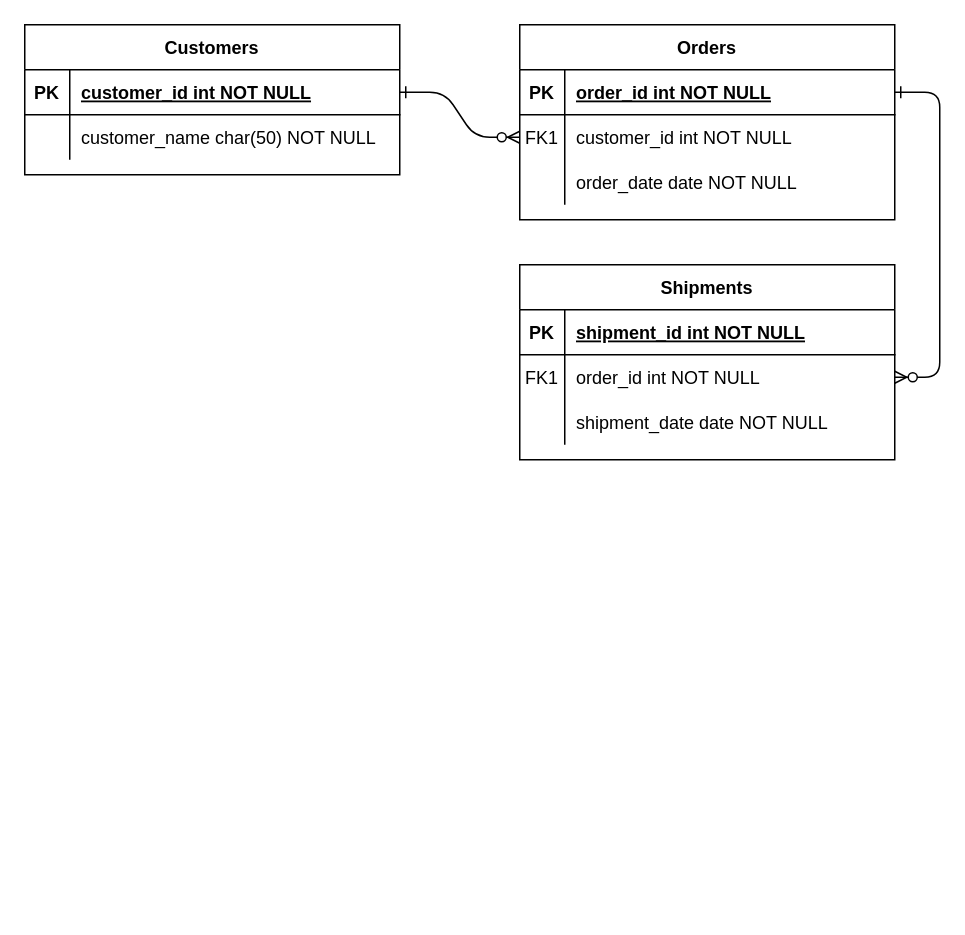
Earlier version of the draw.io diagram Untitled Diagram.drawio (JohnMohr/SoapBox). Source tidied: cells renumbered, new cells numbered last; positions are measured from the earlier drawing's top-left corner, leaving out a move shared by most shapes. Both pictures are drawn from the tidied source at 150%, with x=0, y=0 at pixel (24, 24).
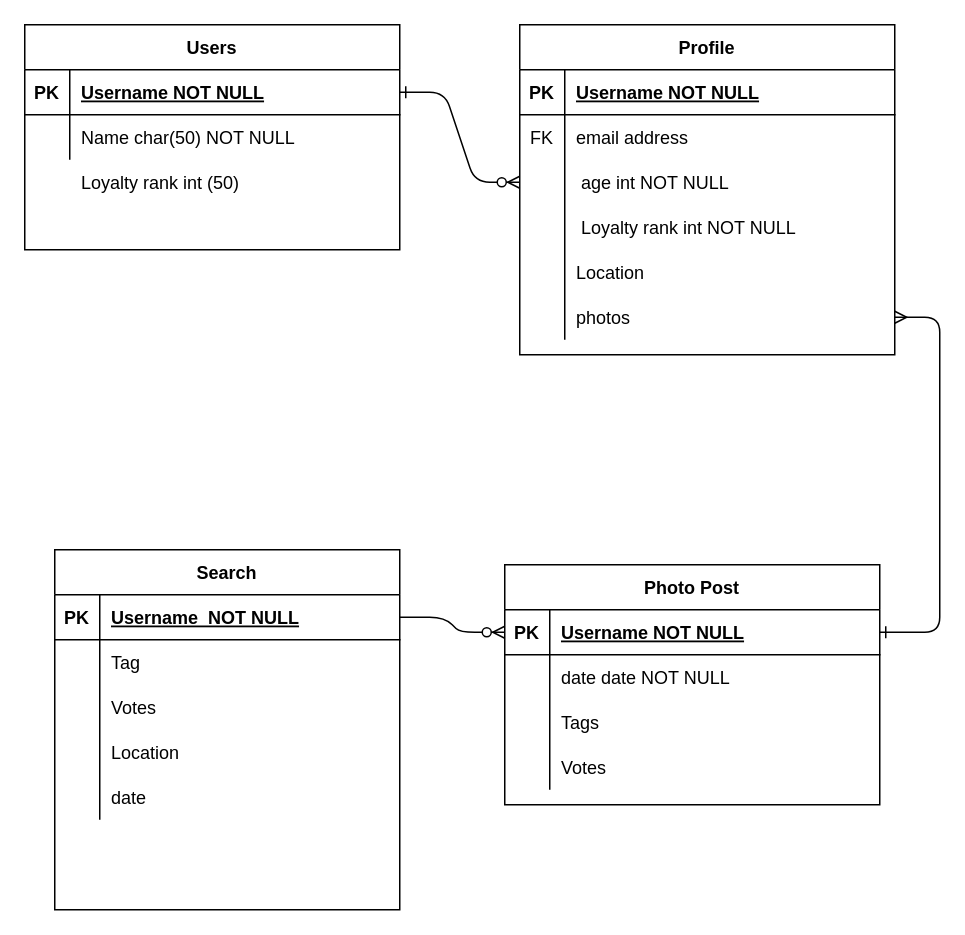
The same diagram, later.

Commit message:
shifty pixels Diagram.drawio

Unchanged cells that the change refers to:
```xml
<mxCell id="5" style="shape=partialRectangle;fillColor=none;points=[[0,0.5],[1,0.5]];portConstraint=eastwest;top=0;left=0;right=0;bottom=1;" parent="4" vertex="1">
  <mxGeometry y="30" width="250" height="30" as="geometry" />
</mxCell>
<mxCell id="15" style="shape=partialRectangle;fillColor=none;points=[[0,0.5],[1,0.5]];portConstraint=eastwest;top=0;left=0;right=0;bottom=1;" parent="14" vertex="1">
  <mxGeometry y="30" width="250" height="30" as="geometry" />
</mxCell>
<mxCell id="25" style="shape=partialRectangle;fillColor=none;points=[[0,0.5],[1,0.5]];portConstraint=eastwest;top=0;left=0;right=0;bottom=1;" parent="24" vertex="1">
  <mxGeometry y="30" width="250" height="30" as="geometry" />
</mxCell>
<mxCell id="28" style="shape=partialRectangle;fillColor=none;top=0;left=0;right=0;bottom=0;" parent="24" vertex="1">
  <mxGeometry y="60" width="250" height="30" as="geometry" />
</mxCell>
```

Change to the diagram source:
```diff
@@
-    <mxCell id="3" style="edgeStyle=entityRelationEdgeStyle;endArrow=ERzeroToMany;startArrow=ERone;endFill=1;startFill=0;" parent="1" edge="1" source="5" target="18">
-      <mxGeometry relative="1" as="geometry" />
+    <mxCell id="3" style="edgeStyle=entityRelationEdgeStyle;endArrow=ERone;startArrow=ERmany;endFill=0;startFill=0;entryX=1;entryY=0.5;entryDx=0;entryDy=0;" parent="1" edge="1" target="15">
+      <mxGeometry relative="1" as="geometry">
+        <mxPoint x="580" y="195" as="sourcePoint" />
+      </mxGeometry>
     </mxCell>
-    <mxCell id="4" value="Orders" style="shape=table;startSize=30;childLayout=tableLayout;rowLines=0;fontStyle=1;align=center;" parent="1" vertex="1">
-      <mxGeometry x="330" width="250" height="130" as="geometry" />
+    <mxCell id="4" value="Profile" style="shape=table;startSize=30;childLayout=tableLayout;rowLines=0;fontStyle=1;align=center;" parent="1" vertex="1">
+      <mxGeometry x="330" width="250" height="220" as="geometry" />
     </mxCell>
@@
-    <mxCell id="7" value="order_id int NOT NULL " style="shape=partialRectangle;overflow=hidden;fillColor=none;top=0;left=0;bottom=0;right=0;align=left;spacingLeft=6;fontStyle=5;" parent="5" vertex="1">
+    <mxCell id="7" value="Username NOT NULL " style="shape=partialRectangle;overflow=hidden;fillColor=none;top=0;left=0;bottom=0;right=0;align=left;spacingLeft=6;fontStyle=5;" parent="5" vertex="1">
       <mxGeometry x="30" width="220" height="30" as="geometry" />
     </mxCell>
+    <mxCell id="11" style="shape=partialRectangle;fillColor=none;top=0;left=0;right=0;bottom=0;" parent="4" vertex="1">
+      <mxGeometry y="60" width="250" height="30" as="geometry" />
+    </mxCell>
+    <mxCell id="12" value="FK" style="shape=partialRectangle;overflow=hidden;fillColor=none;top=0;left=0;bottom=0;right=0;" parent="11" vertex="1">
+      <mxGeometry width="30" height="30" as="geometry" />
+    </mxCell>
+    <mxCell id="13" value="email address" style="shape=partialRectangle;overflow=hidden;fillColor=none;top=0;left=0;bottom=0;right=0;align=left;spacingLeft=6;" parent="11" vertex="1">
+      <mxGeometry x="30" width="220" height="30" as="geometry" />
+    </mxCell>
     <mxCell id="8" style="shape=partialRectangle;fillColor=none;points=[[0,0.5],[1,0.5]];portConstraint=eastwest;top=0;left=0;right=0;bottom=0;" parent="4" vertex="1">
-      <mxGeometry y="60" width="250" height="30" as="geometry" />
+      <mxGeometry y="90" width="250" height="30" as="geometry" />
     </mxCell>
-    <mxCell id="9" value="FK1" style="shape=partialRectangle;overflow=hidden;fillColor=none;top=0;left=0;bottom=0;right=0;" parent="8" vertex="1">
+    <mxCell id="9" style="shape=partialRectangle;overflow=hidden;fillColor=none;top=0;left=0;bottom=0;right=0;" parent="8" vertex="1">
       <mxGeometry width="30" height="30" as="geometry" />
     </mxCell>
-    <mxCell id="10" value="customer_id int NOT NULL" style="shape=partialRectangle;overflow=hidden;fillColor=none;top=0;left=0;bottom=0;right=0;align=left;spacingLeft=6;" parent="8" vertex="1">
+    <mxCell id="10" value=" age int NOT NULL" style="shape=partialRectangle;overflow=hidden;fillColor=none;top=0;left=0;bottom=0;right=0;align=left;spacingLeft=6;" parent="8" vertex="1">
       <mxGeometry x="30" width="220" height="30" as="geometry" />
     </mxCell>
-    <mxCell id="11" style="shape=partialRectangle;fillColor=none;top=0;left=0;right=0;bottom=0;" parent="4" vertex="1">
-      <mxGeometry y="90" width="250" height="30" as="geometry" />
-    </mxCell>
-    <mxCell id="12" style="shape=partialRectangle;overflow=hidden;fillColor=none;top=0;left=0;bottom=0;right=0;" parent="11" vertex="1">
-      <mxGeometry width="30" height="30" as="geometry" />
-    </mxCell>
-    <mxCell id="13" value="order_date date NOT NULL" style="shape=partialRectangle;overflow=hidden;fillColor=none;top=0;left=0;bottom=0;right=0;align=left;spacingLeft=6;" parent="11" vertex="1">
-      <mxGeometry x="30" width="220" height="30" as="geometry" />
-    </mxCell>
+    <mxCell id="31" style="shape=partialRectangle;fillColor=none;top=0;left=0;right=0;bottom=0;" parent="4" vertex="1">
+      <mxGeometry y="120" width="250" height="30" as="geometry" />
+    </mxCell>
+    <mxCell id="32" style="shape=partialRectangle;overflow=hidden;fillColor=none;top=0;left=0;bottom=0;right=0;" parent="31" vertex="1">
+      <mxGeometry width="30" height="30" as="geometry" />
+    </mxCell>
+    <mxCell id="33" value=" Loyalty rank int NOT NULL" style="shape=partialRectangle;overflow=hidden;fillColor=none;top=0;left=0;bottom=0;right=0;align=left;spacingLeft=6;" parent="31" vertex="1">
+      <mxGeometry x="30" width="220" height="30" as="geometry" />
+    </mxCell>
+    <mxCell id="34" style="shape=partialRectangle;fillColor=none;top=0;left=0;right=0;bottom=0;" parent="4" vertex="1">
+      <mxGeometry y="150" width="250" height="30" as="geometry" />
+    </mxCell>
+    <mxCell id="35" style="shape=partialRectangle;overflow=hidden;fillColor=none;top=0;left=0;bottom=0;right=0;" parent="34" vertex="1">
+      <mxGeometry width="30" height="30" as="geometry" />
+    </mxCell>
+    <mxCell id="36" value="Location" style="shape=partialRectangle;overflow=hidden;fillColor=none;top=0;left=0;bottom=0;right=0;align=left;spacingLeft=6;" parent="34" vertex="1">
+      <mxGeometry x="30" width="220" height="30" as="geometry" />
+    </mxCell>
+    <mxCell id="37" style="shape=partialRectangle;fillColor=none;top=0;left=0;right=0;bottom=0;" parent="4" vertex="1">
+      <mxGeometry y="180" width="250" height="30" as="geometry" />
+    </mxCell>
+    <mxCell id="38" style="shape=partialRectangle;overflow=hidden;fillColor=none;top=0;left=0;bottom=0;right=0;" parent="37" vertex="1">
+      <mxGeometry width="30" height="30" as="geometry" />
+    </mxCell>
+    <mxCell id="39" value="photos" style="shape=partialRectangle;overflow=hidden;fillColor=none;top=0;left=0;bottom=0;right=0;align=left;spacingLeft=6;" parent="37" vertex="1">
+      <mxGeometry x="30" width="220" height="30" as="geometry" />
+    </mxCell>
-    <mxCell id="14" value="Shipments" style="shape=table;startSize=30;childLayout=tableLayout;rowLines=0;fontStyle=1;align=center;" parent="1" vertex="1">
-      <mxGeometry x="330" y="160" width="250" height="130" as="geometry" />
+    <mxCell id="14" value="Photo Post" style="shape=table;startSize=30;childLayout=tableLayout;rowLines=0;fontStyle=1;align=center;" parent="1" vertex="1">
+      <mxGeometry x="320" y="360" width="250" height="160" as="geometry" />
     </mxCell>
@@
-    <mxCell id="17" value="shipment_id int NOT NULL " style="shape=partialRectangle;overflow=hidden;fillColor=none;top=0;left=0;bottom=0;right=0;align=left;spacingLeft=6;fontStyle=5;" parent="15" vertex="1">
+    <mxCell id="17" value="Username NOT NULL " style="shape=partialRectangle;overflow=hidden;fillColor=none;top=0;left=0;bottom=0;right=0;align=left;spacingLeft=6;fontStyle=5;" parent="15" vertex="1">
       <mxGeometry x="30" width="220" height="30" as="geometry" />
     </mxCell>
-    <mxCell id="18" style="shape=partialRectangle;fillColor=none;points=[[0,0.5],[1,0.5]];portConstraint=eastwest;top=0;left=0;right=0;bottom=0;" parent="14" vertex="1">
-      <mxGeometry y="60" width="250" height="30" as="geometry" />
-    </mxCell>
-    <mxCell id="19" value="FK1" style="shape=partialRectangle;overflow=hidden;fillColor=none;top=0;left=0;bottom=0;right=0;" parent="18" vertex="1">
-      <mxGeometry width="30" height="30" as="geometry" />
-    </mxCell>
-    <mxCell id="20" value="order_id int NOT NULL" style="shape=partialRectangle;overflow=hidden;fillColor=none;top=0;left=0;bottom=0;right=0;align=left;spacingLeft=6;" parent="18" vertex="1">
-      <mxGeometry x="30" width="220" height="30" as="geometry" />
-    </mxCell>
     <mxCell id="21" style="shape=partialRectangle;fillColor=none;top=0;left=0;right=0;bottom=0;" parent="14" vertex="1">
-      <mxGeometry y="90" width="250" height="30" as="geometry" />
+      <mxGeometry y="60" width="250" height="30" as="geometry" />
     </mxCell>
@@
-    <mxCell id="23" value="shipment_date date NOT NULL" style="shape=partialRectangle;overflow=hidden;fillColor=none;top=0;left=0;bottom=0;right=0;align=left;spacingLeft=6;" parent="21" vertex="1">
+    <mxCell id="23" value="date date NOT NULL" style="shape=partialRectangle;overflow=hidden;fillColor=none;top=0;left=0;bottom=0;right=0;align=left;spacingLeft=6;" parent="21" vertex="1">
       <mxGeometry x="30" width="220" height="30" as="geometry" />
     </mxCell>
+    <mxCell id="40" style="shape=partialRectangle;fillColor=none;top=0;left=0;right=0;bottom=0;" parent="14" vertex="1">
+      <mxGeometry y="90" width="250" height="30" as="geometry" />
+    </mxCell>
+    <mxCell id="41" style="shape=partialRectangle;overflow=hidden;fillColor=none;top=0;left=0;bottom=0;right=0;" parent="40" vertex="1">
+      <mxGeometry width="30" height="30" as="geometry" />
+    </mxCell>
+    <mxCell id="42" value="Tags" style="shape=partialRectangle;overflow=hidden;fillColor=none;top=0;left=0;bottom=0;right=0;align=left;spacingLeft=6;" parent="40" vertex="1">
+      <mxGeometry x="30" width="220" height="30" as="geometry" />
+    </mxCell>
+    <mxCell id="43" style="shape=partialRectangle;fillColor=none;top=0;left=0;right=0;bottom=0;" parent="14" vertex="1">
+      <mxGeometry y="120" width="250" height="30" as="geometry" />
+    </mxCell>
+    <mxCell id="44" style="shape=partialRectangle;overflow=hidden;fillColor=none;top=0;left=0;bottom=0;right=0;" parent="43" vertex="1">
+      <mxGeometry width="30" height="30" as="geometry" />
+    </mxCell>
+    <mxCell id="45" value="Votes" style="shape=partialRectangle;overflow=hidden;fillColor=none;top=0;left=0;bottom=0;right=0;align=left;spacingLeft=6;" parent="43" vertex="1">
+      <mxGeometry x="30" width="220" height="30" as="geometry" />
+    </mxCell>
+    <mxCell id="46" style="group;" parent="1" vertex="1">
+      <mxGeometry width="250" height="150" as="geometry" />
+    </mxCell>
-    <mxCell id="24" value="Customers" style="shape=table;startSize=30;childLayout=tableLayout;rowLines=0;fontStyle=1;align=center;" parent="1" vertex="1">
-      <mxGeometry width="250" height="100" as="geometry" />
+    <mxCell id="24" value="Users" style="shape=table;startSize=30;childLayout=tableLayout;rowLines=0;fontStyle=1;align=center;" parent="46" vertex="1">
+      <mxGeometry width="250" height="150" as="geometry" />
     </mxCell>
@@
-    <mxCell id="27" value="customer_id int NOT NULL " style="shape=partialRectangle;overflow=hidden;fillColor=none;top=0;left=0;bottom=0;right=0;align=left;spacingLeft=6;fontStyle=5;" parent="25" vertex="1">
+    <mxCell id="27" value="Username NOT NULL " style="shape=partialRectangle;overflow=hidden;fillColor=none;top=0;left=0;bottom=0;right=0;align=left;spacingLeft=6;fontStyle=5;" parent="25" vertex="1">
       <mxGeometry x="30" width="220" height="30" as="geometry" />
     </mxCell>
@@
-    <mxCell id="30" value="customer_name char(50) NOT NULL" style="shape=partialRectangle;overflow=hidden;fillColor=none;top=0;left=0;bottom=0;right=0;align=left;spacingLeft=6;" parent="28" vertex="1">
+    <mxCell id="30" value="Name char(50) NOT NULL" style="shape=partialRectangle;overflow=hidden;fillColor=none;top=0;left=0;bottom=0;right=0;align=left;spacingLeft=6;" parent="28" vertex="1">
       <mxGeometry x="30" width="220" height="30" as="geometry" />
     </mxCell>
+    <mxCell id="47" value="Loyalty rank int (50)" style="shape=partialRectangle;overflow=hidden;fillColor=none;top=0;left=0;bottom=0;right=0;align=left;spacingLeft=6;" parent="46" vertex="1">
+      <mxGeometry x="30" y="90" width="220" height="30" as="geometry" />
+    </mxCell>
+    <mxCell id="48" value="Search" style="shape=table;startSize=30;childLayout=tableLayout;rowLines=0;fontStyle=1;align=center;" parent="1" vertex="1">
+      <mxGeometry x="20" y="350" width="230" height="240" as="geometry" />
+    </mxCell>
+    <mxCell id="49" style="shape=partialRectangle;fillColor=none;top=0;left=0;bottom=1;right=0;points=[[0,0.5],[1,0.5]];portConstraint=eastwest;" parent="48" vertex="1">
+      <mxGeometry y="30" width="230" height="30" as="geometry" />
+    </mxCell>
+    <mxCell id="50" value="PK" style="shape=partialRectangle;fillColor=none;top=0;left=0;bottom=0;right=0;fontStyle=1;overflow=hidden;" parent="49" vertex="1">
+      <mxGeometry width="30" height="30" as="geometry" />
+    </mxCell>
+    <mxCell id="51" value="Username  NOT NULL" style="shape=partialRectangle;fillColor=none;top=0;left=0;bottom=0;right=0;align=left;spacingLeft=6;fontStyle=5;overflow=hidden;" parent="49" vertex="1">
+      <mxGeometry x="30" width="200" height="30" as="geometry" />
+    </mxCell>
+    <mxCell id="52" style="shape=partialRectangle;fillColor=none;top=0;left=0;bottom=0;right=0;" parent="48" vertex="1">
+      <mxGeometry y="60" width="230" height="30" as="geometry" />
+    </mxCell>
+    <mxCell id="53" style="shape=partialRectangle;fillColor=none;top=0;left=0;bottom=0;right=0;overflow=hidden;" parent="52" vertex="1">
+      <mxGeometry width="30" height="30" as="geometry" />
+    </mxCell>
+    <mxCell id="54" value="Tag" style="shape=partialRectangle;fillColor=none;top=0;left=0;bottom=0;right=0;align=left;spacingLeft=6;overflow=hidden;" parent="52" vertex="1">
+      <mxGeometry x="30" width="200" height="30" as="geometry" />
+    </mxCell>
+    <mxCell id="55" style="shape=partialRectangle;fillColor=none;top=0;left=0;bottom=0;right=0;" parent="48" vertex="1">
+      <mxGeometry y="90" width="230" height="30" as="geometry" />
+    </mxCell>
+    <mxCell id="56" style="shape=partialRectangle;fillColor=none;top=0;left=0;bottom=0;right=0;overflow=hidden;" parent="55" vertex="1">
+      <mxGeometry width="30" height="30" as="geometry" />
+    </mxCell>
+    <mxCell id="57" value="Votes" style="shape=partialRectangle;fillColor=none;top=0;left=0;bottom=0;right=0;align=left;spacingLeft=6;overflow=hidden;" parent="55" vertex="1">
+      <mxGeometry x="30" width="200" height="30" as="geometry" />
+    </mxCell>
+    <mxCell id="58" style="shape=partialRectangle;fillColor=none;top=0;left=0;bottom=0;right=0;" parent="48" vertex="1">
+      <mxGeometry y="120" width="230" height="30" as="geometry" />
+    </mxCell>
+    <mxCell id="59" style="shape=partialRectangle;fillColor=none;top=0;left=0;bottom=0;right=0;overflow=hidden;" parent="58" vertex="1">
+      <mxGeometry width="30" height="30" as="geometry" />
+    </mxCell>
+    <mxCell id="60" value="Location" style="shape=partialRectangle;fillColor=none;top=0;left=0;bottom=0;right=0;align=left;spacingLeft=6;overflow=hidden;" parent="58" vertex="1">
+      <mxGeometry x="30" width="200" height="30" as="geometry" />
+    </mxCell>
+    <mxCell id="61" style="shape=partialRectangle;fillColor=none;top=0;left=0;bottom=0;right=0;" parent="48" vertex="1">
+      <mxGeometry y="150" width="230" height="30" as="geometry" />
+    </mxCell>
+    <mxCell id="62" style="shape=partialRectangle;fillColor=none;top=0;left=0;bottom=0;right=0;overflow=hidden;" parent="61" vertex="1">
+      <mxGeometry width="30" height="30" as="geometry" />
+    </mxCell>
+    <mxCell id="63" value="date" style="shape=partialRectangle;fillColor=none;top=0;left=0;bottom=0;right=0;align=left;spacingLeft=6;overflow=hidden;" parent="61" vertex="1">
+      <mxGeometry x="30" width="200" height="30" as="geometry" />
+    </mxCell>
+    <mxCell id="64" style="edgeStyle=entityRelationEdgeStyle;fontSize=12;html=1;endArrow=ERzeroToMany;endFill=1;entryX=0;entryY=0.5;entryDx=0;entryDy=0;exitX=1;exitY=0.5;exitDx=0;exitDy=0;" parent="1" edge="1" source="49" target="15">
+      <mxGeometry relative="1" as="geometry" />
+    </mxCell>
```
